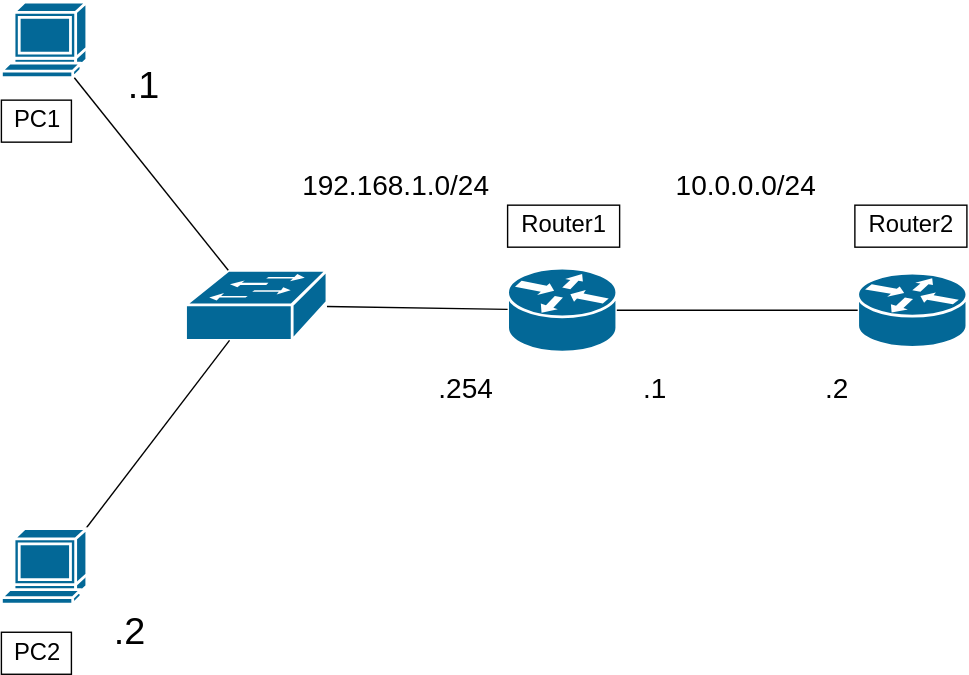
Above: basic_acl01/fig/first.drawio.svg in ECCNetLab/problems (draw.io), before the change. Source tidied: cells renumbered, new cells last; positions are measured from the earlier drawing's top-left corner, leaving out a move shared by most shapes.
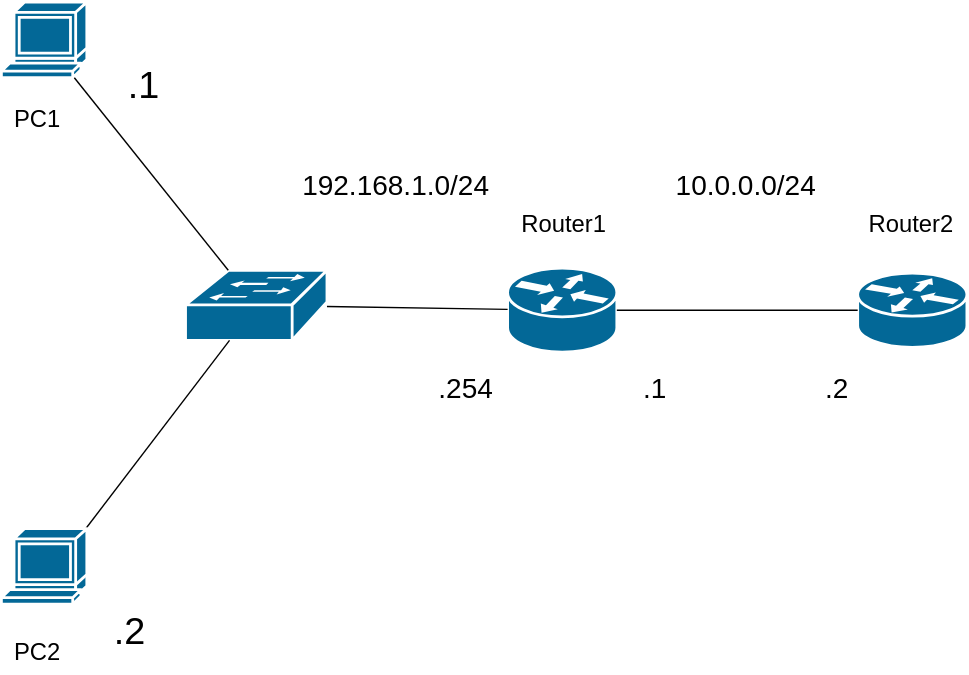
After the commit.

Commit message:
問題文修正

What changed in the source:
```diff
@@ -49,16 +49,16 @@
     <mxCell id="16" value=".254" style="text;html=1;align=center;verticalAlign=middle;strokeColor=none;fillColor=none;fontSize=20;" parent="1" vertex="1">
       <mxGeometry x="307" y="260" width="50" height="30" as="geometry" />
     </mxCell>
-    <mxCell id="17" value="PC1" style="text;html=1;align=center;verticalAlign=middle;strokeColor=default;fillColor=none;fontSize=17;" parent="1" vertex="1">
+    <mxCell id="17" value="PC1" style="text;html=1;align=center;verticalAlign=middle;strokeColor=none;fillColor=none;fontSize=17;" parent="1" vertex="1">
       <mxGeometry x="0.5" y="70" width="50" height="30" as="geometry" />
     </mxCell>
-    <mxCell id="18" value="PC2" style="text;html=1;align=center;verticalAlign=middle;strokeColor=default;fillColor=none;fontSize=17;" parent="1" vertex="1">
+    <mxCell id="18" value="PC2" style="text;html=1;align=center;verticalAlign=middle;strokeColor=none;fillColor=none;fontSize=17;" parent="1" vertex="1">
       <mxGeometry x="0.5" y="450" width="50" height="30" as="geometry" />
     </mxCell>
-    <mxCell id="19" value="Router1" style="text;html=1;align=center;verticalAlign=middle;strokeColor=default;fillColor=none;fontSize=17;" parent="1" vertex="1">
+    <mxCell id="19" value="Router1" style="text;html=1;align=center;verticalAlign=middle;strokeColor=none;fillColor=none;fontSize=17;" parent="1" vertex="1">
       <mxGeometry x="362" y="145" width="80" height="30" as="geometry" />
     </mxCell>
-    <mxCell id="20" value="Router2" style="text;html=1;align=center;verticalAlign=middle;strokeColor=default;fillColor=none;fontSize=17;" parent="1" vertex="1">
+    <mxCell id="20" value="Router2" style="text;html=1;align=center;verticalAlign=middle;strokeColor=none;fillColor=none;fontSize=17;" parent="1" vertex="1">
       <mxGeometry x="610" y="145" width="80" height="30" as="geometry" />
     </mxCell>
     <mxCell id="21" style="shape=mxgraph.cisco.computers_and_peripherals.terminal;html=1;dashed=0;fillColor=#036897;strokeColor=#ffffff;strokeWidth=2;verticalLabelPosition=bottom;verticalAlign=top;align=center;" parent="1" vertex="1">
```
